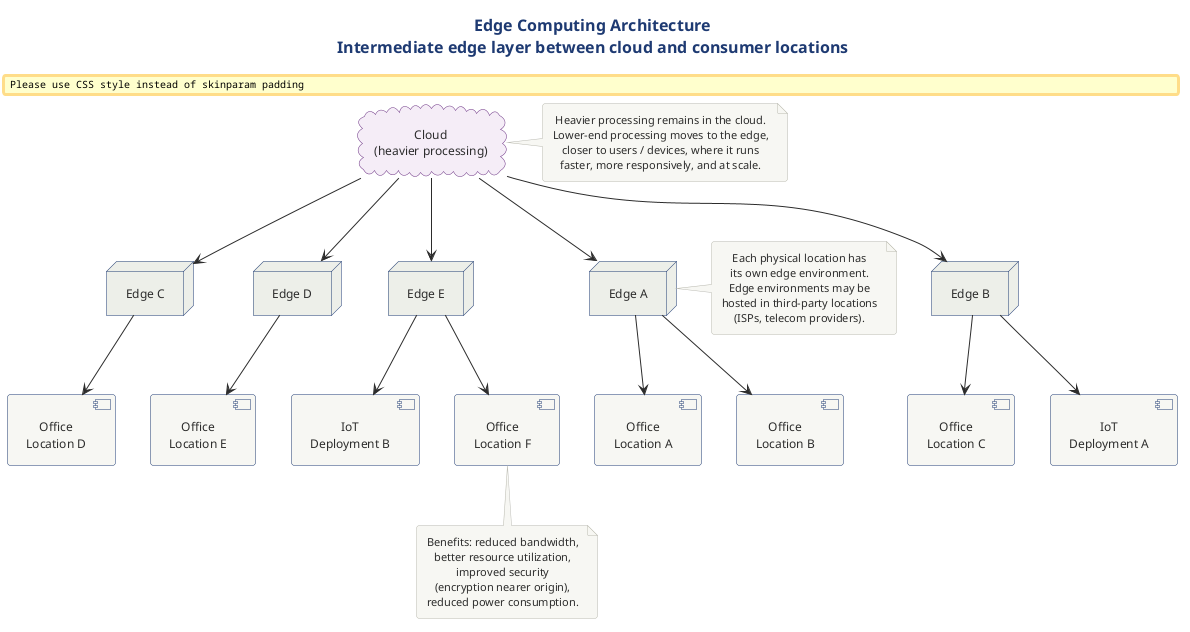
Notoriousjayy/latex-docs keeps this PlantUML diagram as src/architecture/cloud/architecture/cloud-architecture-diagram-library/specialized-cloud-architectures-puml/png/12-edge-computing.png. Above is the earlier version.
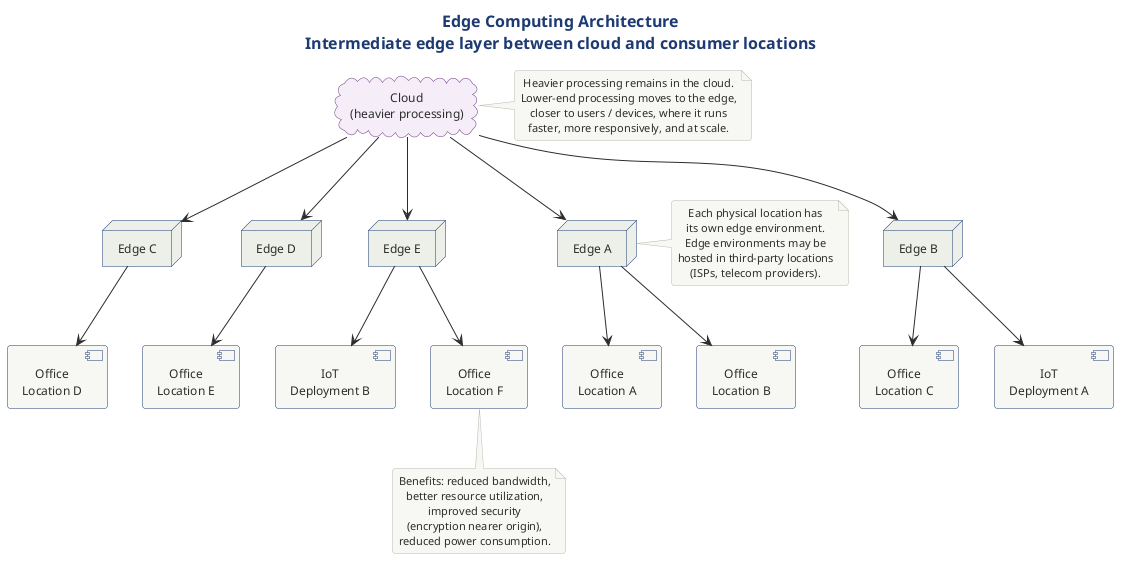
The same file after the commit.

What changed in the source:
```diff
@@ -1,4 +1,4 @@
-@startuml edge_computing
+@startuml
 !include ../../../../../../tooling/styles/plantuml/structural/deployment-diagram-style.iuml
 
 title Edge Computing Architecture\nIntermediate edge layer between cloud and consumer locations
```
